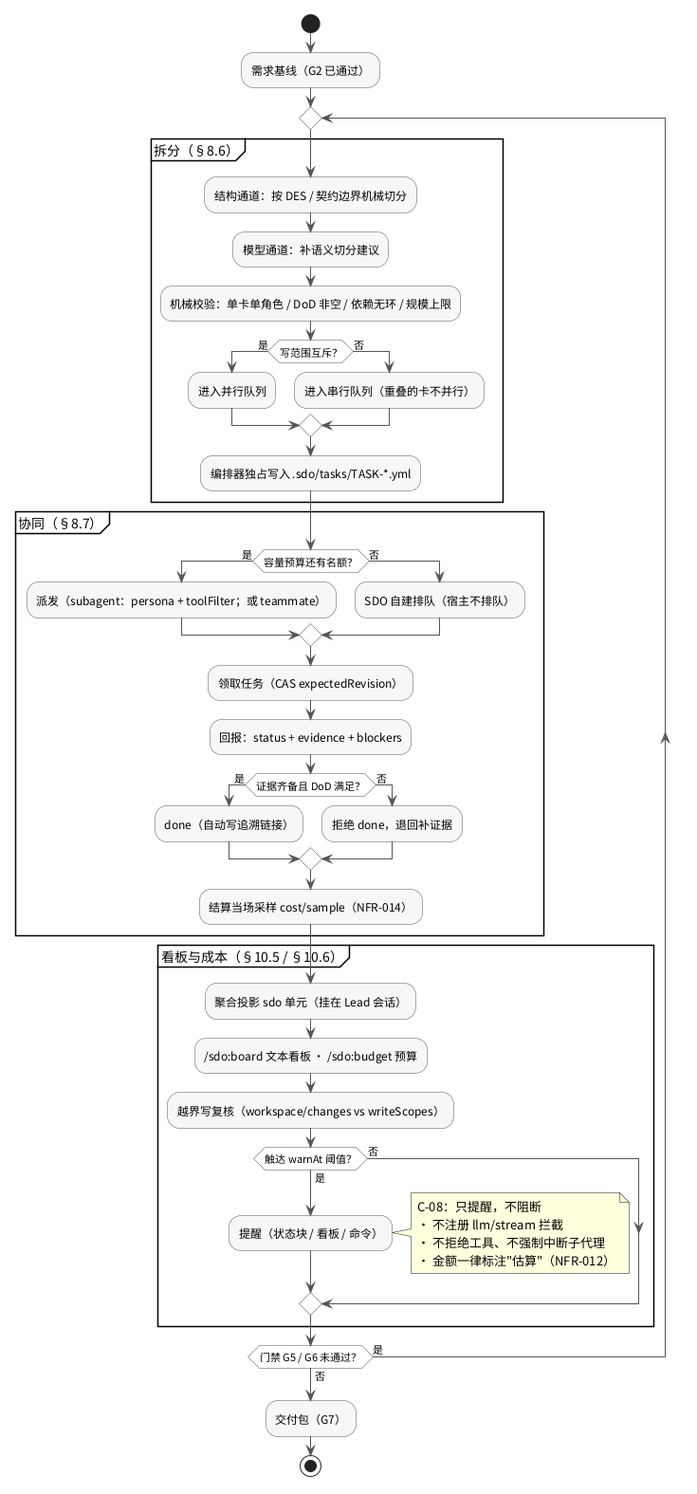
Above: docs/design/diagrams/sdo-collab.png in raitpor/dsh-software-dev-office (PlantUML), before the change. Source of this version:
```plantuml
@startuml sdo-collab
skinparam defaultFontName "Noto Sans CJK SC"
skinparam shadowing false
skinparam ArrowColor #555555
skinparam activity {
  BackgroundColor #F7F7F7
  BorderColor #555555
  DiamondBackgroundColor #FFFFFF
  DiamondBorderColor #555555
}

start
:需求基线（G2 已通过）;

repeat
  partition "拆分（§8.6）" {
    :结构通道：按 DES / 契约边界机械切分;
    :模型通道：补语义切分建议;
    :机械校验：单卡单角色 / DoD 非空 / 依赖无环 / 规模上限;
    if (写范围互斥？) then (是)
      :进入并行队列;
    else (否)
      :进入串行队列（重叠的卡不并行）;
    endif
    :编排器独占写入 .sdo/tasks/TASK-*.yml;
  }

  partition "协同（§8.7）" {
    if (容量预算还有名额？) then (是)
      :派发（subagent：persona + toolFilter；或 teammate）;
    else (否)
      :SDO 自建排队（宿主不排队）;
    endif
    :领取任务（CAS expectedRevision）;
    :回报：status + evidence + blockers;
    if (证据齐备且 DoD 满足？) then (是)
      :done（自动写追溯链接）;
    else (否)
      :拒绝 done，退回补证据;
    endif
    :结算当场采样 cost/sample（NFR-014）;
  }

  partition "看板与成本（§10.5 / §10.6）" {
    :聚合投影 sdo 单元（挂在 Lead 会话）;
    :/sdo:board 文本看板 · /sdo:budget 预算;
    :越界写复核（workspace/changes vs writeScopes）;
    if (触达 warnAt 阈值？) then (是)
      :提醒（状态块 / 看板 / 命令）;
      note right
        C-08：只提醒，不阻断
        · 不注册 llm/stream 拦截
        · 不拒绝工具、不强制中断子代理
        · 金额一律标注"估算"（NFR-012）
      end note
    else (否)
    endif
  }
repeat while (门禁 G5 / G6 未通过？) is (是) not (否)

:交付包（G7）;
stop

@enduml
```
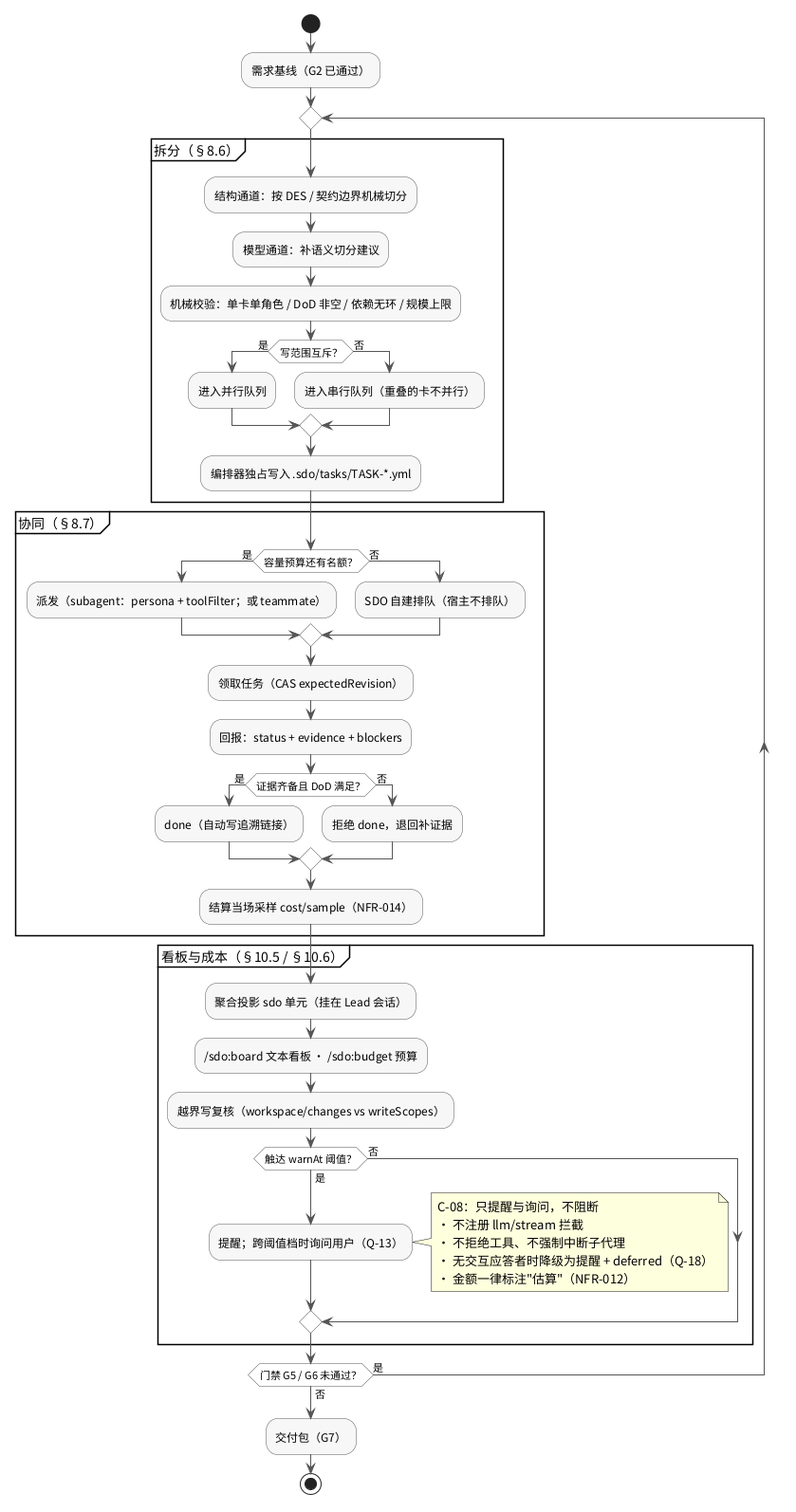
The same diagram one commit later.

The edit, as a diff of the source:
```diff
@@ -46,11 +46,12 @@
     :/sdo:board 文本看板 · /sdo:budget 预算;
     :越界写复核（workspace/changes vs writeScopes）;
     if (触达 warnAt 阈值？) then (是)
-      :提醒（状态块 / 看板 / 命令）;
+      :提醒；跨阈值档时询问用户（Q-13）;
       note right
-        C-08：只提醒，不阻断
+        C-08：只提醒与询问，不阻断
         · 不注册 llm/stream 拦截
         · 不拒绝工具、不强制中断子代理
+        · 无交互应答者时降级为提醒 + deferred（Q-18）
         · 金额一律标注"估算"（NFR-012）
       end note
     else (否)
```
